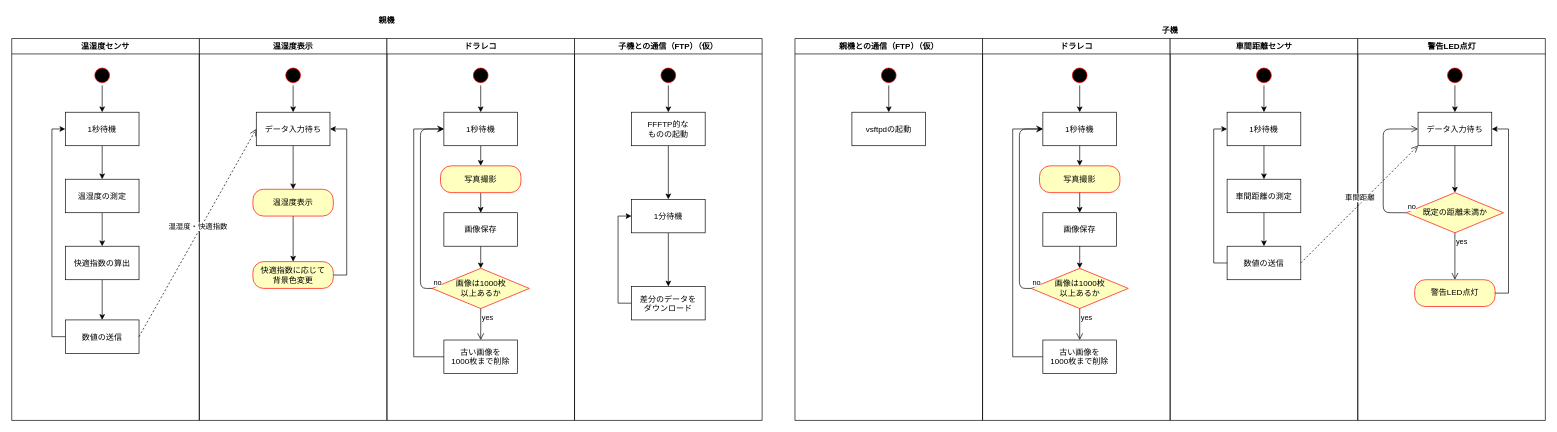
Earlier version of the draw.io diagram 車載ラズパイ.drawio (matabe0320/RaspberryPi_On_myCar). Source tidied: cells renumbered, new cells numbered last; positions are measured from the earlier drawing's top-left corner, leaving out a move shared by most shapes. Both pictures are drawn from the tidied source at 67%, with x=0, y=0 at pixel (11, 11).
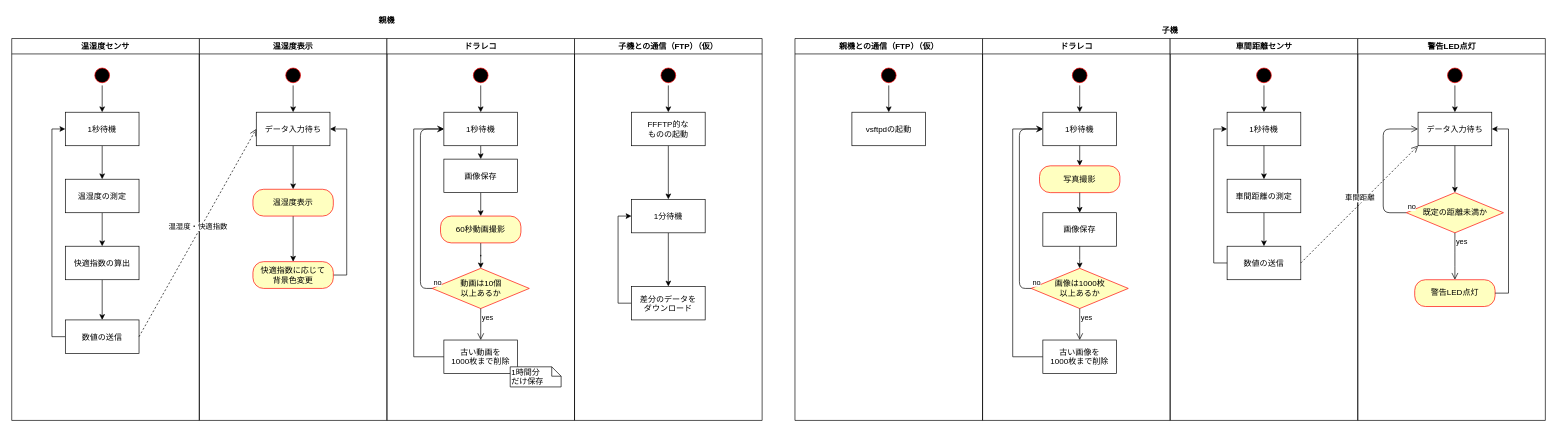
The same diagram, later.

Commit message:
車載ラズパイ.drawio を更新します

Unchanged cells that the change refers to:
```xml
<mxCell id="11" value="ドラレコ" style="swimlane;whiteSpace=wrap;" parent="1" vertex="1">
  <mxGeometry x="560" y="40" width="280" height="570" as="geometry" />
</mxCell>
<mxCell id="15" value="1秒待機" parent="11" vertex="1">
  <mxGeometry x="85" y="110" width="110" height="50" as="geometry" />
</mxCell>
```

Diff of the diagram source:
```diff
@@
-    <mxCell id="14" style="edgeStyle=orthogonalEdgeStyle;rounded=0;jettySize=auto;html=1;exitX=0.5;exitY=1;exitDx=0;exitDy=0;entryX=0.5;entryY=0;entryDx=0;entryDy=0;" parent="11" edge="1" source="15" target="17">
-      <mxGeometry relative="1" as="geometry" />
-    </mxCell>
+    <mxCell id="86" style="edgeStyle=orthogonalEdgeStyle;rounded=0;jettySize=auto;html=1;exitX=0.5;exitY=1;exitDx=0;exitDy=0;entryX=0.5;entryY=0;entryDx=0;entryDy=0;" parent="11" edge="1" source="15" target="19">
+      <mxGeometry relative="1" as="geometry" />
+    </mxCell>
@@
-    <mxCell id="16" style="edgeStyle=orthogonalEdgeStyle;rounded=0;jettySize=auto;html=1;exitX=0.5;exitY=1;exitDx=0;exitDy=0;entryX=0.5;entryY=0;entryDx=0;entryDy=0;" parent="11" edge="1" source="17" target="19">
-      <mxGeometry relative="1" as="geometry" />
-    </mxCell>
+    <mxCell id="87" style="edgeStyle=orthogonalEdgeStyle;rounded=0;jettySize=auto;html=1;exitX=0.5;exitY=1;exitDx=0;exitDy=0;" parent="11" edge="1" source="17" target="22">
+      <mxGeometry relative="1" as="geometry" />
+    </mxCell>
-    <mxCell id="17" value="写真撮影" style="rounded=1;whiteSpace=wrap;html=1;arcSize=40;fontColor=#000000;fillColor=#ffffc0;strokeColor=#ff0000;" parent="11" vertex="1">
-      <mxGeometry x="80" y="190" width="120" height="40" as="geometry" />
+    <mxCell id="17" value="60秒動画撮影" style="rounded=1;whiteSpace=wrap;html=1;arcSize=40;fontColor=#000000;fillColor=#ffffc0;strokeColor=#ff0000;" parent="11" vertex="1">
+      <mxGeometry x="80" y="265" width="120" height="40" as="geometry" />
     </mxCell>
-    <mxCell id="18" style="edgeStyle=orthogonalEdgeStyle;rounded=0;jettySize=auto;html=1;exitX=0.5;exitY=1;exitDx=0;exitDy=0;entryX=0.5;entryY=0;entryDx=0;entryDy=0;" parent="11" edge="1" source="19" target="22">
-      <mxGeometry relative="1" as="geometry">
-        <Array as="points">
-          <mxPoint x="140" y="330" />
-          <mxPoint x="140" y="330" />
-        </Array>
-      </mxGeometry>
+    <mxCell id="18" style="edgeStyle=orthogonalEdgeStyle;rounded=0;jettySize=auto;html=1;exitX=0.5;exitY=1;exitDx=0;exitDy=0;entryX=0.5;entryY=0;entryDx=0;entryDy=0;" parent="11" edge="1" source="19" target="17">
+      <mxGeometry relative="1" as="geometry" />
     </mxCell>
     <mxCell id="19" value="画像保存" parent="11" vertex="1">
-      <mxGeometry x="85" y="260" width="110" height="50" as="geometry" />
+      <mxGeometry x="85" y="180" width="110" height="50" as="geometry" />
     </mxCell>
@@
-    <mxCell id="21" value="古い画像を&#10;1000枚まで削除" parent="11" vertex="1">
+    <mxCell id="21" value="古い動画を&#10;1000枚まで削除" parent="11" vertex="1">
       <mxGeometry x="85" y="450" width="110" height="50" as="geometry" />
     </mxCell>
-    <mxCell id="22" value="画像は1000枚&lt;br&gt;以上あるか" style="rhombus;whiteSpace=wrap;html=1;fillColor=#ffffc0;strokeColor=#ff0000;" parent="11" vertex="1">
+    <mxCell id="22" value="動画は10個&lt;br&gt;以上あるか" style="rhombus;whiteSpace=wrap;html=1;fillColor=#ffffc0;strokeColor=#ff0000;" parent="11" vertex="1">
       <mxGeometry x="67.5" y="343" width="145" height="60" as="geometry" />
     </mxCell>
@@
+    <mxCell id="88" value="1時間分&lt;br&gt;だけ保存" style="shape=note;whiteSpace=wrap;html=1;size=14;verticalAlign=top;align=left;spacingTop=-6;" parent="11" vertex="1">
+      <mxGeometry x="184" y="490" width="76" height="30" as="geometry" />
+    </mxCell>
```
